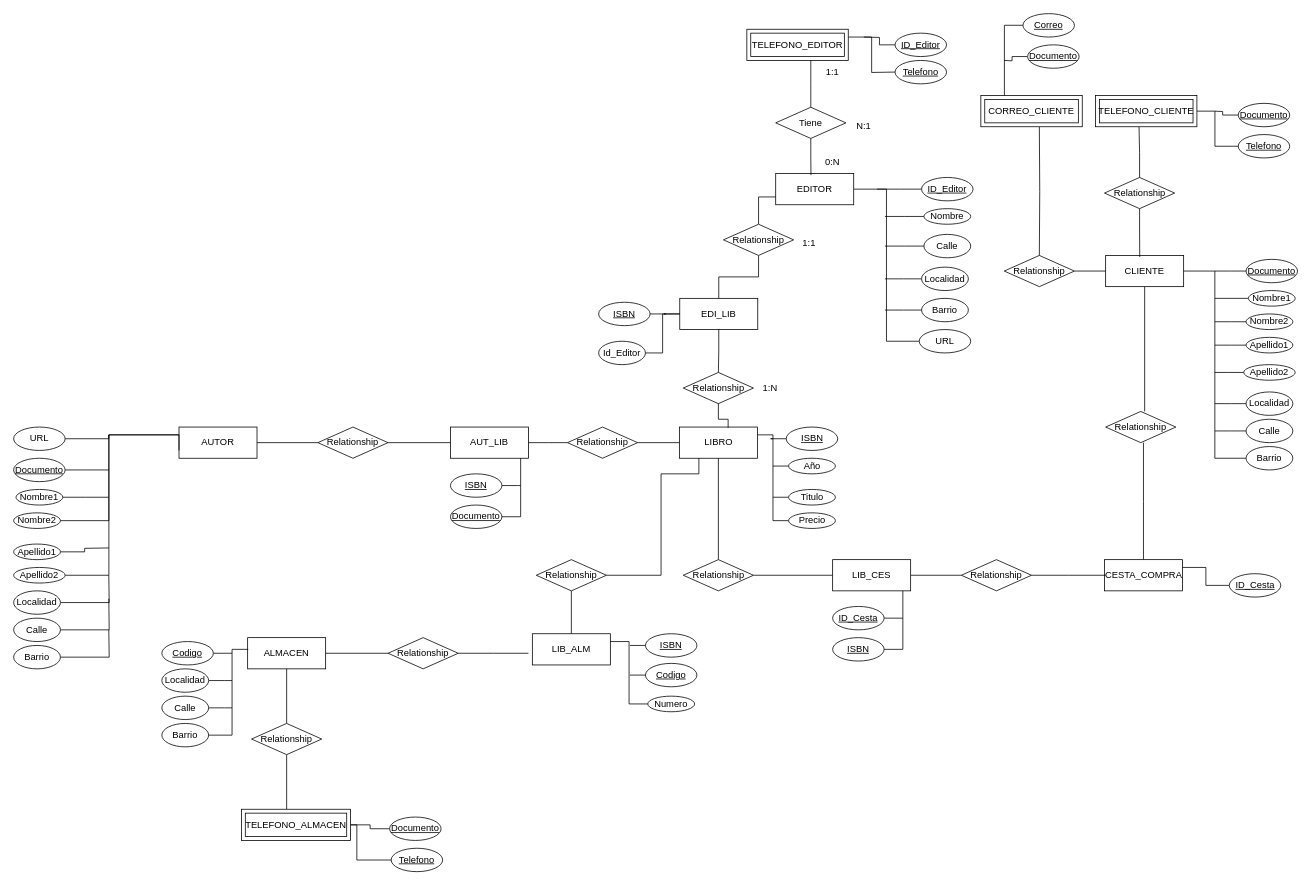
Earlier version of the draw.io diagram Modelado/Taller1-BDD1.drawio (jcabarcasr/Investigaciones-DB1-DB2). Source tidied: cells renumbered, new cells numbered last; positions are measured from the earlier drawing's top-left corner, leaving out a move shared by most shapes. Both pictures are drawn from the tidied source at 78%, with x=0, y=0 at pixel (13, 13).
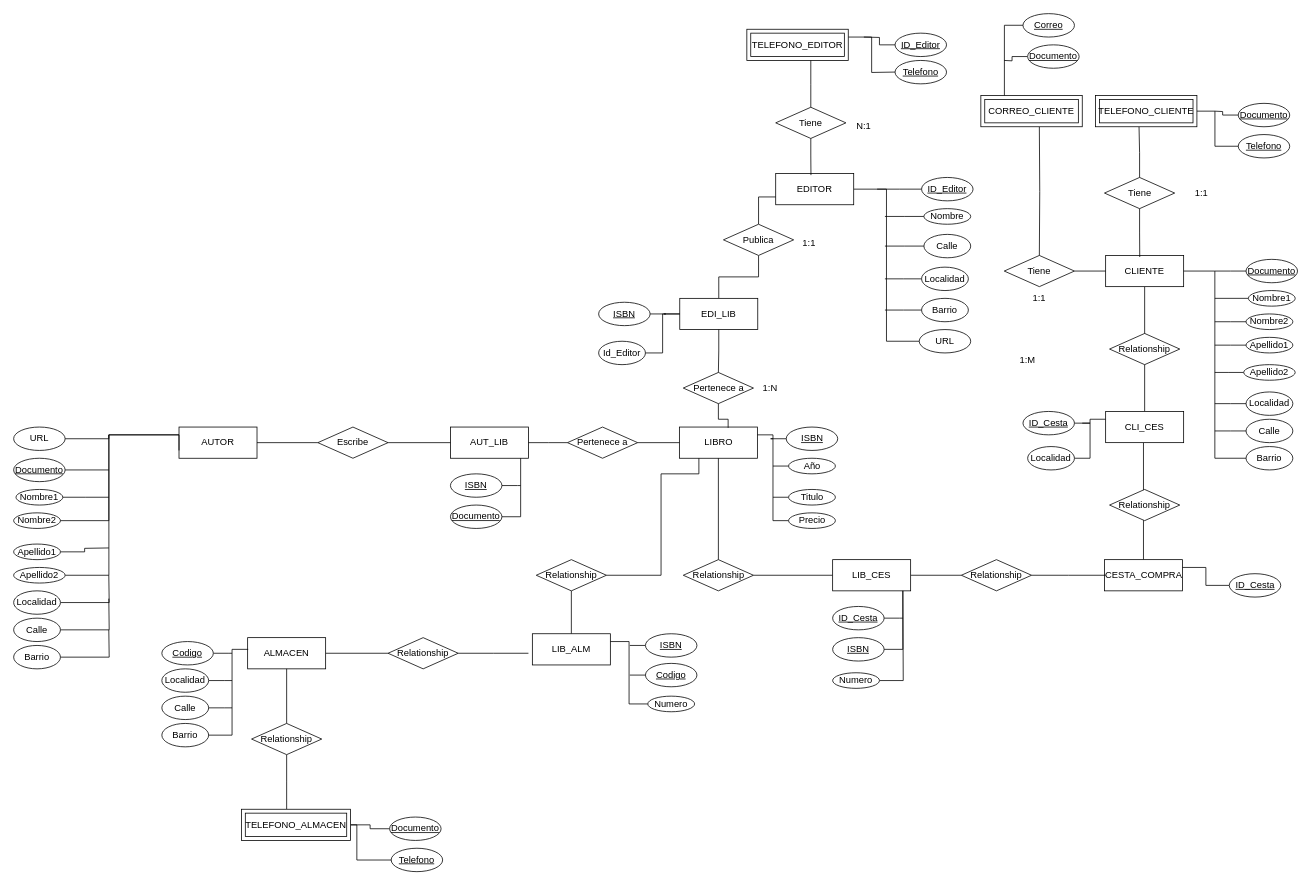
The same diagram, later.

The change refers to these unchanged cells:
```xml
<mxCell id="91" style="group;" parent="1" vertex="1">
  <mxGeometry x="970" y="20" width="226" height="70" as="geometry" />
</mxCell>
<mxCell id="100" style="group;" parent="1" vertex="1">
  <mxGeometry x="1400" y="310" width="246" height="275" as="geometry" />
</mxCell>
```

Change to the diagram source:
```diff
@@
-    <mxCell id="41" value="Relationship" style="shape=rhombus;perimeter=rhombusPerimeter;whiteSpace=wrap;html=1;align=center;" parent="1" vertex="1">
+    <mxCell id="41" value="Publica" style="shape=rhombus;perimeter=rhombusPerimeter;whiteSpace=wrap;html=1;align=center;" parent="1" vertex="1">
       <mxGeometry x="910" y="270" width="90" height="40" as="geometry" />
     </mxCell>
@@
-    <mxCell id="59" value="Relationship" style="shape=rhombus;perimeter=rhombusPerimeter;whiteSpace=wrap;html=1;align=center;" parent="1" vertex="1">
+    <mxCell id="59" value="Pertenece a" style="shape=rhombus;perimeter=rhombusPerimeter;whiteSpace=wrap;html=1;align=center;" parent="1" vertex="1">
       <mxGeometry x="858.5" y="460" width="90" height="40" as="geometry" />
     </mxCell>
@@
-    <mxCell id="70" value="Relationship" style="shape=rhombus;perimeter=rhombusPerimeter;whiteSpace=wrap;html=1;align=center;" parent="1" vertex="1">
+    <mxCell id="70" value="Escribe" style="shape=rhombus;perimeter=rhombusPerimeter;whiteSpace=wrap;html=1;align=center;" parent="1" vertex="1">
       <mxGeometry x="390" y="530" width="90" height="40" as="geometry" />
     </mxCell>
@@
-    <mxCell id="73" value="Relationship" style="shape=rhombus;perimeter=rhombusPerimeter;whiteSpace=wrap;html=1;align=center;" parent="1" vertex="1">
+    <mxCell id="73" value="Pertenece a" style="shape=rhombus;perimeter=rhombusPerimeter;whiteSpace=wrap;html=1;align=center;" parent="1" vertex="1">
       <mxGeometry x="710" y="530" width="90" height="40" as="geometry" />
     </mxCell>
@@
-    <mxCell id="96" value="1:1" style="text;html=1;whiteSpace=wrap;strokeColor=none;fillColor=none;align=center;verticalAlign=middle;rounded=0;" parent="91" vertex="1">
-      <mxGeometry x="50" y="40" width="60" height="30" as="geometry" />
-    </mxCell>
@@
+    <mxCell id="169" value="CLI_CES" style="whiteSpace=wrap;html=1;align=center;" parent="100" vertex="1">
+      <mxGeometry y="200" width="100" height="40" as="geometry" />
+    </mxCell>
     <mxCell id="119" value="Relationship" style="shape=rhombus;perimeter=rhombusPerimeter;whiteSpace=wrap;html=1;align=center;" parent="100" vertex="1">
-      <mxGeometry y="200" width="90" height="40" as="geometry" />
+      <mxGeometry x="5" y="100" width="90" height="40" as="geometry" />
     </mxCell>
@@
-    <mxCell id="126" value="Relationship" style="shape=rhombus;perimeter=rhombusPerimeter;whiteSpace=wrap;html=1;align=center;" parent="1" vertex="1">
+    <mxCell id="126" value="Tiene" style="shape=rhombus;perimeter=rhombusPerimeter;whiteSpace=wrap;html=1;align=center;" parent="1" vertex="1">
       <mxGeometry x="1398.5" y="210" width="90" height="40" as="geometry" />
     </mxCell>
@@
-    <mxCell id="141" value="Relationship" style="shape=rhombus;perimeter=rhombusPerimeter;whiteSpace=wrap;html=1;align=center;" parent="1" vertex="1">
+    <mxCell id="141" value="Tiene" style="shape=rhombus;perimeter=rhombusPerimeter;whiteSpace=wrap;html=1;align=center;" parent="1" vertex="1">
       <mxGeometry x="1270" y="310" width="90" height="40" as="geometry" />
     </mxCell>
@@
-    <mxCell id="163" value="0:N" style="text;html=1;whiteSpace=wrap;strokeColor=none;fillColor=none;align=center;verticalAlign=middle;rounded=0;" parent="1" vertex="1">
-      <mxGeometry x="1020" y="175" width="60" height="30" as="geometry" />
-    </mxCell>
@@
+    <mxCell id="170" style="edgeStyle=orthogonalEdgeStyle;rounded=0;jettySize=auto;html=1;endArrow=none;endFill=0;" parent="1" edge="1" source="171">
+      <mxGeometry relative="1" as="geometry">
+        <mxPoint x="1140" y="740" as="targetPoint" />
+      </mxGeometry>
+    </mxCell>
+    <mxCell id="171" value="Numero" style="ellipse;whiteSpace=wrap;html=1;align=center;" parent="1" vertex="1">
+      <mxGeometry x="1050" y="845" width="60" height="20" as="geometry" />
+    </mxCell>
+    <mxCell id="172" value="1:1" style="text;html=1;whiteSpace=wrap;strokeColor=none;fillColor=none;align=center;verticalAlign=middle;rounded=0;" parent="1" vertex="1">
+      <mxGeometry x="1493" y="215" width="60" height="30" as="geometry" />
+    </mxCell>
+    <mxCell id="173" value="1:1" style="text;html=1;whiteSpace=wrap;strokeColor=none;fillColor=none;align=center;verticalAlign=middle;rounded=0;" parent="1" vertex="1">
+      <mxGeometry x="1285" y="350" width="60" height="30" as="geometry" />
+    </mxCell>
+    <mxCell id="174" value="1:M" style="text;html=1;whiteSpace=wrap;strokeColor=none;fillColor=none;align=center;verticalAlign=middle;rounded=0;" parent="1" vertex="1">
+      <mxGeometry x="1270" y="430" width="60" height="30" as="geometry" />
+    </mxCell>
+    <mxCell id="175" style="edgeStyle=orthogonalEdgeStyle;rounded=0;jettySize=auto;html=1;fontFamily=Helvetica;fontSize=12;fontColor=default;endArrow=none;endFill=0;" parent="1" edge="1" source="176">
+      <mxGeometry relative="1" as="geometry">
+        <mxPoint x="1370" y="525" as="targetPoint" />
+      </mxGeometry>
+    </mxCell>
+    <mxCell id="176" value="ID_Cesta" style="ellipse;whiteSpace=wrap;html=1;align=center;fontStyle=4;" parent="1" vertex="1">
+      <mxGeometry x="1294" y="510" width="66" height="30" as="geometry" />
+    </mxCell>
+    <mxCell id="177" style="edgeStyle=orthogonalEdgeStyle;rounded=0;jettySize=auto;html=1;entryX=0;entryY=0.25;entryDx=0;entryDy=0;fontFamily=Helvetica;fontSize=12;fontColor=default;endArrow=none;endFill=0;" parent="1" edge="1" source="178" target="169">
+      <mxGeometry relative="1" as="geometry" />
+    </mxCell>
+    <mxCell id="178" value="Localidad" style="ellipse;whiteSpace=wrap;html=1;align=center;" parent="1" vertex="1">
+      <mxGeometry x="1300" y="555" width="60" height="30" as="geometry" />
+    </mxCell>
+    <mxCell id="179" value="Relationship" style="shape=rhombus;perimeter=rhombusPerimeter;whiteSpace=wrap;html=1;align=center;" parent="1" vertex="1">
+      <mxGeometry x="1405" y="610" width="90" height="40" as="geometry" />
+    </mxCell>
```
